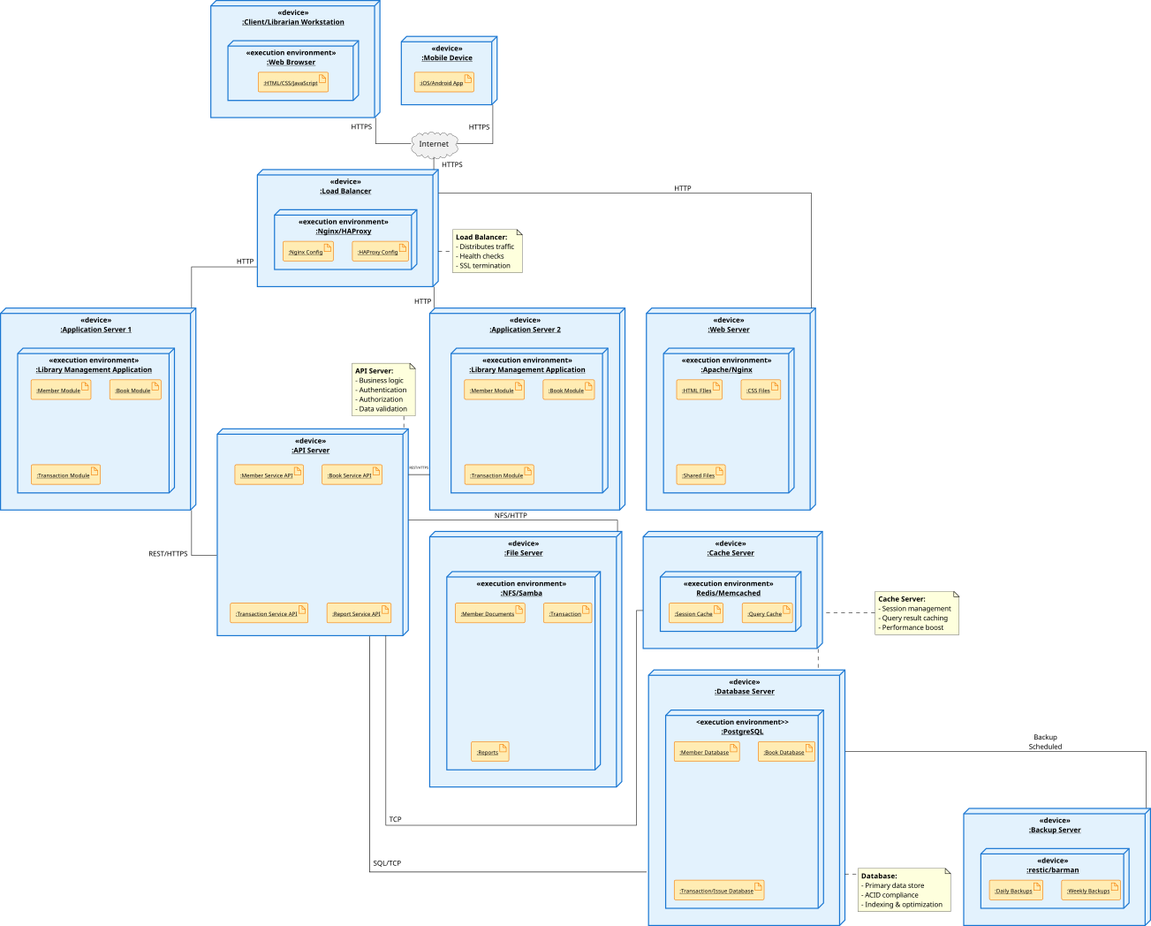
Before: static/deployment.png, a diagram exported from PlantUML (james5635/Library-Management). Its source is kept beside it as static/deployment.puml. Its diagram source:
```plantuml
@startuml Library Management System

skinparam linetype ortho

skinparam shadowing false
skinparam handwritten false

skinparam node {
  BackgroundColor #E3F2FD
  BorderColor #1976D2
  BorderThickness 2
  FontSize 13
  FontStyle bold
}

skinparam component {
  BackgroundColor #FFF9C4
  BorderColor #F57C00
  BorderThickness 2
  FontSize 11
}

skinparam database {
  BackgroundColor #C8E6C9
  BorderColor #388E3C
  BorderThickness 2
  FontSize 12
}

skinparam artifact {
  BackgroundColor #FFECB3
  BorderColor #F57C00
  BorderThickness 1
  FontSize 10
}

node "<<device>>\n<u>:Client/Librarian Workstation</u>" as client1 {
  node "<<execution environment>>\n<u>:Web Browser</u>" as browser1 {
    artifact "<u>:HTML/CSS/JavaScript</u>" as html1
  }
}

node "<<device>>\n<u>:Mobile Device</u>" as mobile {
  artifact "<u>:iOS/Android App</u>" as mobileartifact
}

cloud "Internet" as internet {
}

node "<<device>>\n<u>:Web Server</u>" as webserver {
  node "<<execution environment>>\n<u>:Apache/Nginx</u>" as static {
    artifact "<u>:HTML FIles</u>" as images
    artifact "<u>:CSS Files</u>" as css
    artifact "<u>:JavaScript Files</u>" as js
    artifact "<u>:Website Files</u>" as js
    artifact "<u>:Shared Files</u>" as js
  }
}

node "<<device>>\n<u>:Application Server 1</u>" as appserver1  {
  node "<<execution environment>>\n<u>:Library Management Application</u>" as webapp1 {
    artifact "<u>:Member Module</u>" as member1
    artifact "<u>:Book Module</u>" as book1
    artifact "<u>:Transaction Module</u>" as trans1
  }
}

node "<<device>>\n<u>:Application Server 2</u>" as appserver2  {
  node "<<execution environment>>\n<u>:Library Management Application</u>" as webapp2 {
    artifact "<u>:Member Module</u>" as member2
    artifact "<u>:Book Module</u>" as book2
    artifact "<u>:Transaction Module</u>" as trans2
  }
}

node "<<device>>\n<u>:Load Balancer</u>" as loadbalancer {
  node "<<execution environment>>\n<u>:Nginx/HAProxy</u>" as lbservice{
    artifact "<u>:Nginx Config</u>"
    artifact "<u>:HAProxy Config</u>"
  }
}

node "<<device>>\n<u>:API Server</u>" as apiserver {
  artifact "<u>:Member Service API</u>" as memberapi
  artifact "<u>:Book Service API</u>" as bookapi
  artifact "<u>:Transaction Service API</u>" as transapi
  artifact "<u>:Report Service API</u>" as reportapi
}

node "<<device>>\n<u>:Database Server</u>" as dbserver {
  node "<execution environment>>\n<u>:PostgreSQL</u>" as maindb {
    artifact "<u>:Member Database</u>" as memberdb
    artifact "<u>:Book Database</u>" as bookdb
    artifact "<u>:Transaction/Issue Database</u>" as transdb
  }
}

node "<<device>>\n<u>:Cache Server</u>" as cacheserver  {
  node "<<execution environment>>\n<u>Redis/Memcached</u>" as cache {
    artifact "<u>:Session Cache</u>" as sessioncache
    artifact "<u>:Query Cache</u>" as querycache
  }
}

node "<<device>>\n<u>:Backup Server</u>" as backupserver {
  node "<<device>>\n<u>:restic/barman</u>" as backupdb {
    artifact "<u>:Daily Backups</u>" as dailybackup
    artifact "<u>:Weekly Backups</u>" as weeklybackup
  }
}

node "<<device>>\n<u>:File Server</u>" as fileserver {
  node "<<execution environment>>\n<u>:NFS/Samba</u>" as filestorage {
    artifact "<u>:Member Documents</u>" as memberdocs
    artifact "<u>:Book Covers</u>" as bookcovers
    artifact "<u>:Book</u>" as bookcovers
    artifact "<u>:Transaction</u>" as bookcovers
    artifact "<u>:Reports</u>" as reports
  }
}

client1 -- internet : HTTPS
mobile -- internet : HTTPS

internet -- loadbalancer : HTTPS
loadbalancer -- webserver : HTTP

loadbalancer -- appserver1 : HTTP
loadbalancer -- appserver2 : HTTP

appserver1 -- apiserver : REST/HTTPS
appserver2 -- apiserver : REST/HTTPS

apiserver -- dbserver : SQL/TCP
apiserver -- cacheserver : TCP

apiserver -- fileserver : NFS/HTTP

dbserver -- backupserver : Backup\nScheduled

cacheserver .. dbserver : Cache Miss

note right of loadbalancer
  <b>Load Balancer:</b>
  - Distributes traffic
  - Health checks
  - SSL termination
end note

note top of apiserver
  <b>API Server:</b>
  - Business logic
  - Authentication
  - Authorization
  - Data validation
end note

note bottom of dbserver
  <b>Database:</b>
  - Primary data store
  - ACID compliance
  - Indexing & optimization
end note

note left of cacheserver
  <b>Cache Server:</b>
  - Session management
  - Query result caching
  - Performance boost
end note

@enduml
```
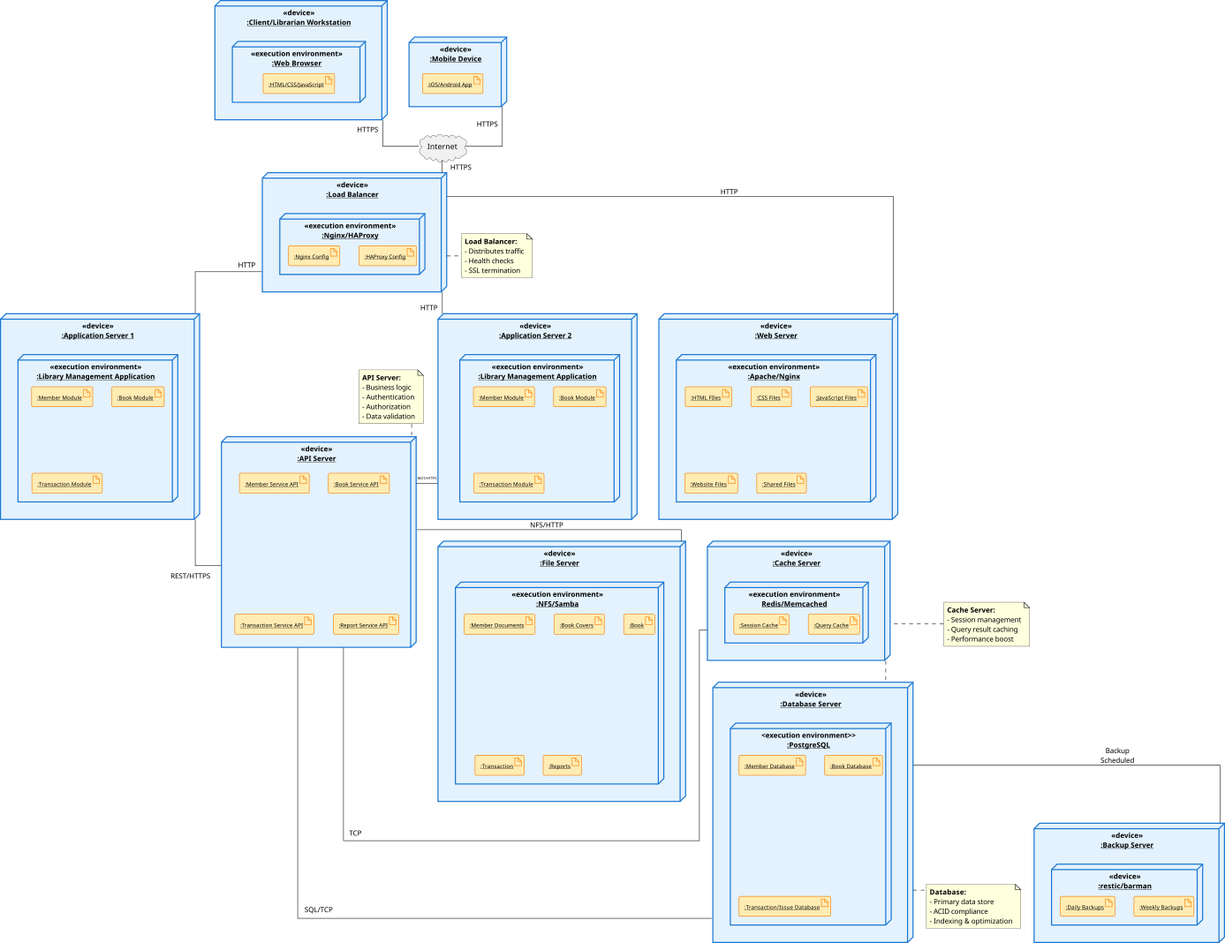
The same file after the commit.

Diff of the diagram source:
```diff
@@ -52,8 +52,8 @@
     artifact "<u>:HTML FIles</u>" as images
     artifact "<u>:CSS Files</u>" as css
     artifact "<u>:JavaScript Files</u>" as js
-    artifact "<u>:Website Files</u>" as js
-    artifact "<u>:Shared Files</u>" as js
+    artifact "<u>:Website Files</u>"
+    artifact "<u>:Shared Files</u>"
   }
 }
 
@@ -113,8 +113,8 @@
   node "<<execution environment>>\n<u>:NFS/Samba</u>" as filestorage {
     artifact "<u>:Member Documents</u>" as memberdocs
     artifact "<u>:Book Covers</u>" as bookcovers
-    artifact "<u>:Book</u>" as bookcovers
-    artifact "<u>:Transaction</u>" as bookcovers
+    artifact "<u>:Book</u>"
+    artifact "<u>:Transaction</u>"
     artifact "<u>:Reports</u>" as reports
   }
 }
```
